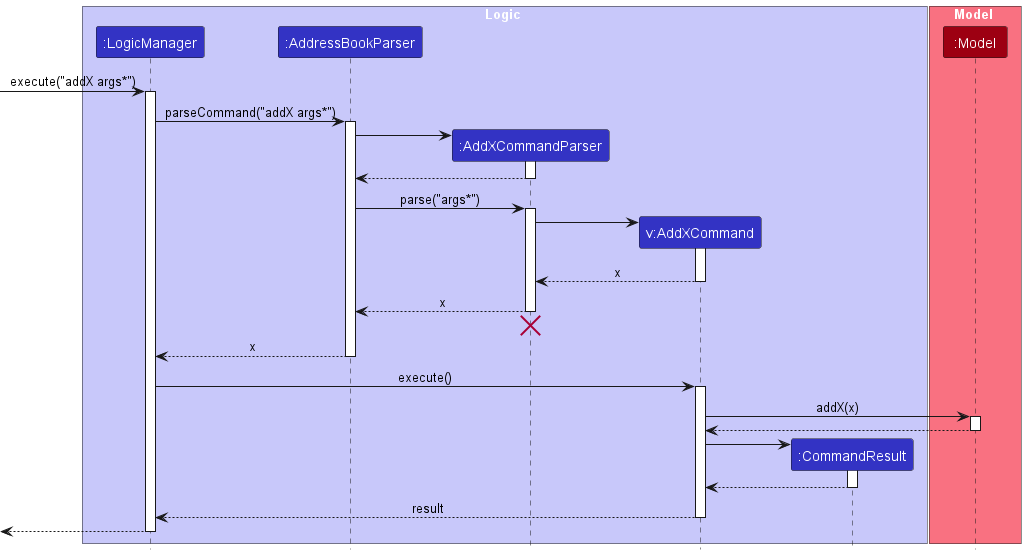
This is docs/images/AddXSequenceDiagram.png from nus-cs2103-AY2223S2/tp, a PlantUML export, as it was before one commit. The source it was exported from:
```plantuml
@startuml
!include style.puml

box Logic LOGIC_COLOR_T1
participant ":LogicManager" as LogicManager LOGIC_COLOR
participant ":AddressBookParser" as AddressBookParser LOGIC_COLOR
participant ":AddXCommandParser" as AddXCommandParser LOGIC_COLOR
participant "v:AddXCommand" as AddXCommand LOGIC_COLOR
participant ":CommandResult" as CommandResult LOGIC_COLOR
end box

box Model MODEL_COLOR_T1
participant ":Model" as Model MODEL_COLOR
end box

[-> LogicManager : execute("addX args*")
activate LogicManager

LogicManager -> AddressBookParser : parseCommand("addX args*")
activate AddressBookParser

create AddXCommandParser
AddressBookParser -> AddXCommandParser
activate AddXCommandParser

AddXCommandParser --> AddressBookParser
deactivate AddXCommandParser

AddressBookParser -> AddXCommandParser : parse("args*")
activate AddXCommandParser

create AddXCommand
AddXCommandParser -> AddXCommand
activate AddXCommand

AddXCommand --> AddXCommandParser : x
deactivate AddXCommand

AddXCommandParser --> AddressBookParser : x
deactivate AddXCommandParser
AddXCommandParser -[hidden]-> AddressBookParser
destroy AddXCommandParser

AddressBookParser --> LogicManager : x
deactivate AddressBookParser

LogicManager -> AddXCommand : execute()
activate AddXCommand

AddXCommand -> Model : addX(x)
activate Model

Model --> AddXCommand
deactivate Model

create CommandResult
AddXCommand -> CommandResult
activate CommandResult

CommandResult --> AddXCommand
deactivate CommandResult

AddXCommand --> LogicManager : result
deactivate AddXCommand

[<--LogicManager
deactivate LogicManager
@enduml
```
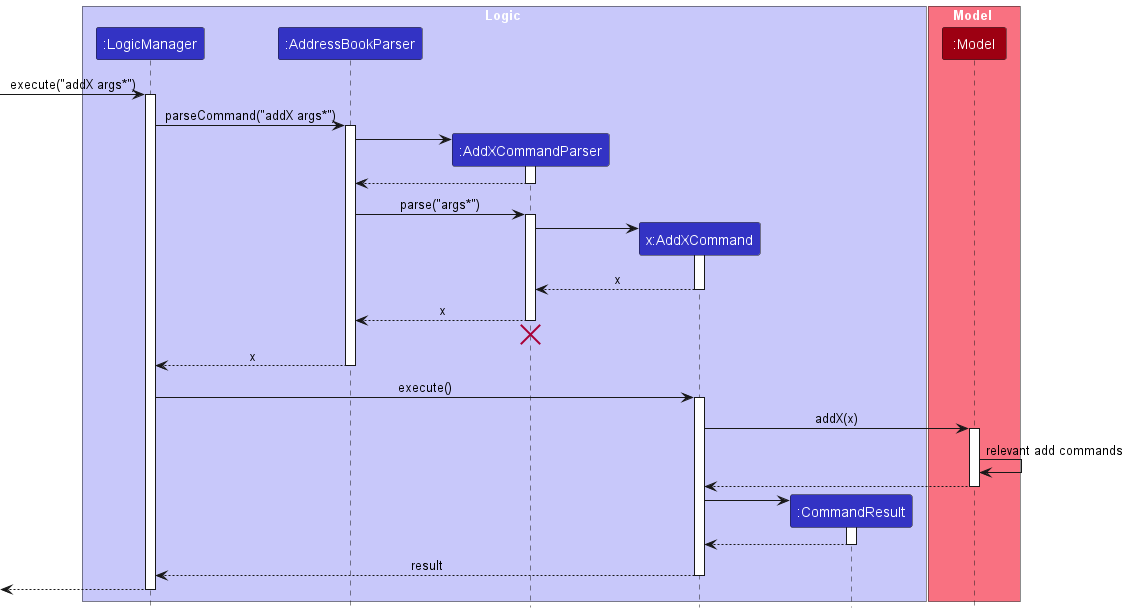
The same file after the commit.

Diff of the diagram source:
```diff
@@ -5,7 +5,7 @@
 participant ":LogicManager" as LogicManager LOGIC_COLOR
 participant ":AddressBookParser" as AddressBookParser LOGIC_COLOR
 participant ":AddXCommandParser" as AddXCommandParser LOGIC_COLOR
-participant "v:AddXCommand" as AddXCommand LOGIC_COLOR
+participant "x:AddXCommand" as AddXCommand LOGIC_COLOR
 participant ":CommandResult" as CommandResult LOGIC_COLOR
 end box
 
@@ -50,6 +50,8 @@
 AddXCommand -> Model : addX(x)
 activate Model
 
+Model -> Model : relevant add commands
+
 Model --> AddXCommand
 deactivate Model
 
```
